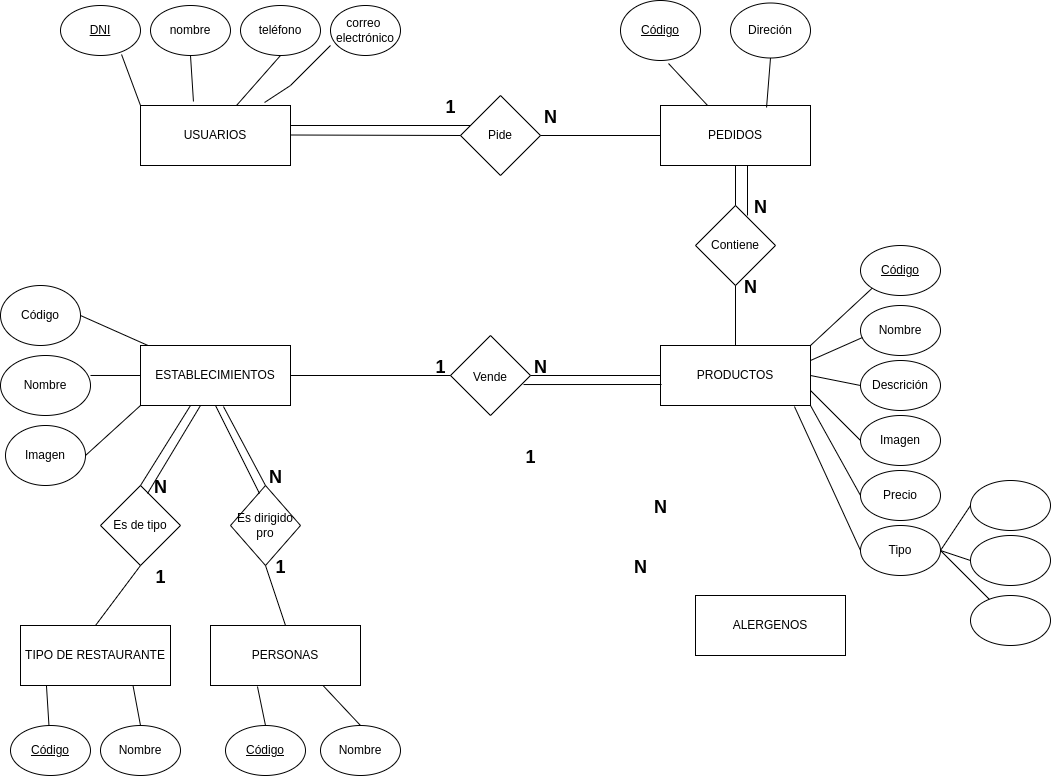
Before: h.drawio.png, a diagram exported from draw.io (Juan4532/prueba). Source tidied: cells renumbered, new cells last; positions are measured from the earlier drawing's top-left corner, leaving out a move shared by most shapes.
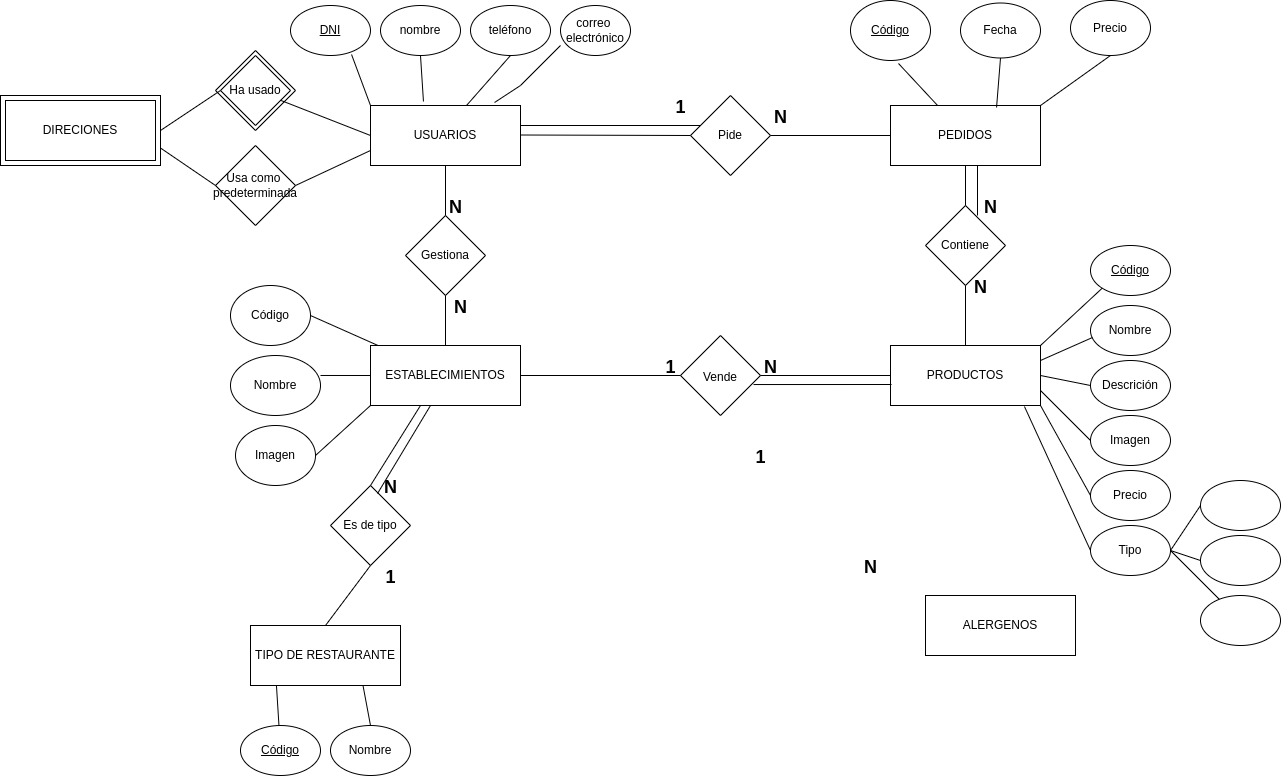
After the change.

Change to the diagram source:
```diff
@@ -53,9 +53,6 @@
     <mxCell id="15" value="TIPO DE RESTAURANTE" style="rounded=0;whiteSpace=wrap;html=1;" parent="1" vertex="1">
       <mxGeometry x="20" y="625" width="150" height="60" as="geometry" />
     </mxCell>
-    <mxCell id="16" value="PERSONAS" style="rounded=0;whiteSpace=wrap;html=1;" parent="1" vertex="1">
-      <mxGeometry x="210" y="625" width="150" height="60" as="geometry" />
-    </mxCell>
     <mxCell id="17" value="Pide" style="rhombus;whiteSpace=wrap;html=1;" parent="1" vertex="1">
       <mxGeometry x="460" y="95" width="80" height="80" as="geometry" />
     </mxCell>
@@ -84,7 +81,7 @@
     <mxCell id="22" style="endArrow=none;html=1;rounded=0;entryX=0.6;entryY=1.05;entryDx=0;entryDy=0;entryPerimeter=0;" parent="1" edge="1" source="12" target="21">
       <mxGeometry relative="1" as="geometry" />
     </mxCell>
-    <mxCell id="23" value="Direción" style="ellipse;whiteSpace=wrap;html=1;" parent="1" vertex="1">
+    <mxCell id="23" value="Fecha" style="ellipse;whiteSpace=wrap;html=1;" parent="1" vertex="1">
       <mxGeometry x="730" y="2.5" width="80" height="55" as="geometry" />
     </mxCell>
     <mxCell id="24" style="endArrow=none;html=1;rounded=0;entryX=0.5;entryY=1;entryDx=0;entryDy=0;exitX=0.707;exitY=0.033;exitDx=0;exitDy=0;exitPerimeter=0;" parent="1" edge="1" source="12" target="23">
@@ -120,17 +117,14 @@
       <mxGeometry x="590" y="545" width="100" height="40" as="geometry" />
     </mxCell>
     <mxCell id="34" value="&lt;font style=&quot;font-size: 18px&quot;&gt;N&lt;/font&gt;" style="text;strokeColor=none;fillColor=none;html=1;fontSize=24;fontStyle=1;verticalAlign=middle;align=center;" parent="1" vertex="1">
-      <mxGeometry x="225" y="455" width="100" height="40" as="geometry" />
+      <mxGeometry x="175" y="185" width="100" height="40" as="geometry" />
     </mxCell>
     <mxCell id="35" value="&lt;font style=&quot;font-size: 18px&quot;&gt;N&lt;/font&gt;" style="text;strokeColor=none;fillColor=none;html=1;fontSize=24;fontStyle=1;verticalAlign=middle;align=center;" parent="1" vertex="1">
       <mxGeometry x="110" y="465" width="100" height="40" as="geometry" />
     </mxCell>
     <mxCell id="36" value="&lt;font style=&quot;font-size: 18px&quot;&gt;N&lt;/font&gt;" style="text;strokeColor=none;fillColor=none;html=1;fontSize=24;fontStyle=1;verticalAlign=middle;align=center;" parent="1" vertex="1">
-      <mxGeometry x="610" y="485" width="100" height="40" as="geometry" />
+      <mxGeometry x="180" y="285" width="100" height="40" as="geometry" />
     </mxCell>
-    <mxCell id="37" value="&lt;span style=&quot;font-size: 18px&quot;&gt;1&lt;/span&gt;" style="text;strokeColor=none;fillColor=none;html=1;fontSize=24;fontStyle=1;verticalAlign=middle;align=center;" parent="1" vertex="1">
-      <mxGeometry x="230" y="545" width="100" height="40" as="geometry" />
-    </mxCell>
     <mxCell id="38" value="&lt;span style=&quot;font-size: 18px&quot;&gt;1&lt;/span&gt;" style="text;strokeColor=none;fillColor=none;html=1;fontSize=24;fontStyle=1;verticalAlign=middle;align=center;" parent="1" vertex="1">
       <mxGeometry x="480" y="435" width="100" height="40" as="geometry" />
     </mxCell>
@@ -201,30 +195,6 @@
     <mxCell id="59" style="endArrow=none;html=1;rounded=0;fontSize=12;exitX=0.5;exitY=0;exitDx=0;exitDy=0;entryX=0.5;entryY=1;entryDx=0;entryDy=0;" parent="1" edge="1" source="15" target="52">
       <mxGeometry relative="1" as="geometry" />
     </mxCell>
-    <mxCell id="60" value="Es dirigido pro" style="rhombus;whiteSpace=wrap;html=1;fontSize=12;" parent="1" vertex="1">
-      <mxGeometry x="230" y="485" width="70" height="80" as="geometry" />
-    </mxCell>
-    <mxCell id="61" style="endArrow=none;html=1;rounded=0;fontSize=12;entryX=0.5;entryY=1;entryDx=0;entryDy=0;exitX=0.414;exitY=0.1;exitDx=0;exitDy=0;exitPerimeter=0;" parent="1" edge="1" source="60" target="11">
-      <mxGeometry relative="1" as="geometry" />
-    </mxCell>
-    <mxCell id="62" style="endArrow=none;html=1;rounded=0;fontSize=12;entryX=0.553;entryY=1.017;entryDx=0;entryDy=0;entryPerimeter=0;exitX=0.5;exitY=0;exitDx=0;exitDy=0;" parent="1" edge="1" source="60" target="11">
-      <mxGeometry relative="1" as="geometry" />
-    </mxCell>
-    <mxCell id="63" style="endArrow=none;html=1;rounded=0;fontSize=12;entryX=0.5;entryY=1;entryDx=0;entryDy=0;exitX=0.5;exitY=0;exitDx=0;exitDy=0;" parent="1" edge="1" source="16" target="60">
-      <mxGeometry relative="1" as="geometry" />
-    </mxCell>
-    <mxCell id="64" value="&lt;u&gt;Código&lt;/u&gt;" style="ellipse;whiteSpace=wrap;html=1;fontSize=12;" parent="1" vertex="1">
-      <mxGeometry x="225" y="725" width="80" height="50" as="geometry" />
-    </mxCell>
-    <mxCell id="65" style="endArrow=none;html=1;rounded=0;fontSize=12;entryX=0.313;entryY=1.017;entryDx=0;entryDy=0;entryPerimeter=0;exitX=0.5;exitY=0;exitDx=0;exitDy=0;" parent="1" edge="1" source="64" target="16">
-      <mxGeometry relative="1" as="geometry" />
-    </mxCell>
-    <mxCell id="66" value="Nombre" style="ellipse;whiteSpace=wrap;html=1;fontSize=12;" parent="1" vertex="1">
-      <mxGeometry x="320" y="725" width="80" height="50" as="geometry" />
-    </mxCell>
-    <mxCell id="67" style="endArrow=none;html=1;rounded=0;fontSize=12;entryX=0.75;entryY=1;entryDx=0;entryDy=0;exitX=0.5;exitY=0;exitDx=0;exitDy=0;" parent="1" edge="1" source="66" target="16">
-      <mxGeometry relative="1" as="geometry" />
-    </mxCell>
     <mxCell id="68" value="Descrición" style="ellipse;whiteSpace=wrap;html=1;fontSize=12;" parent="1" vertex="1">
       <mxGeometry x="860" y="360" width="80" height="50" as="geometry" />
     </mxCell>
@@ -279,5 +249,51 @@
     <mxCell id="85" style="endArrow=none;html=1;rounded=0;fontSize=12;exitX=1;exitY=0.5;exitDx=0;exitDy=0;" parent="1" edge="1" source="70" target="72">
       <mxGeometry relative="1" as="geometry" />
     </mxCell>
+    <mxCell id="86" value="Gestiona" style="rhombus;whiteSpace=wrap;html=1;fontSize=12;" parent="1" vertex="1">
+      <mxGeometry x="175" y="215" width="80" height="80" as="geometry" />
+    </mxCell>
+    <mxCell id="87" style="endArrow=none;html=1;rounded=0;fontSize=12;exitX=0.5;exitY=0;exitDx=0;exitDy=0;entryX=0.5;entryY=1;entryDx=0;entryDy=0;" parent="1" edge="1" source="11" target="86">
+      <mxGeometry relative="1" as="geometry" />
+    </mxCell>
+    <mxCell id="88" style="endArrow=none;html=1;rounded=0;fontSize=12;entryX=0.5;entryY=0;entryDx=0;entryDy=0;" parent="1" edge="1" target="86">
+      <mxGeometry relative="1" as="geometry">
+        <mxPoint x="215" y="165" as="sourcePoint" />
+      </mxGeometry>
+    </mxCell>
+    <mxCell id="89" style="rhombus;whiteSpace=wrap;html=1;fontSize=12;" parent="1" vertex="1">
+      <mxGeometry x="-15" y="50" width="80" height="80" as="geometry" />
+    </mxCell>
+    <mxCell id="90" value="Ha usado" style="rhombus;whiteSpace=wrap;html=1;fontSize=12;" parent="1" vertex="1">
+      <mxGeometry x="-10" y="55" width="70" height="70" as="geometry" />
+    </mxCell>
+    <mxCell id="91" style="rounded=0;whiteSpace=wrap;html=1;fontSize=12;" parent="1" vertex="1">
+      <mxGeometry x="-230" y="95" width="160" height="70" as="geometry" />
+    </mxCell>
+    <mxCell id="92" value="DIRECIONES" style="rounded=0;whiteSpace=wrap;html=1;fontSize=12;" parent="1" vertex="1">
+      <mxGeometry x="-225" y="100" width="150" height="60" as="geometry" />
+    </mxCell>
+    <mxCell id="93" style="endArrow=none;html=1;rounded=0;fontSize=12;exitX=1;exitY=0.5;exitDx=0;exitDy=0;entryX=0;entryY=0.5;entryDx=0;entryDy=0;" parent="1" edge="1" source="91" target="90">
+      <mxGeometry relative="1" as="geometry" />
+    </mxCell>
+    <mxCell id="94" style="endArrow=none;html=1;rounded=0;fontSize=12;entryX=0;entryY=0.5;entryDx=0;entryDy=0;" parent="1" edge="1" source="90" target="2">
+      <mxGeometry relative="1" as="geometry" />
+    </mxCell>
+    <mxCell id="95" value="Usa como&amp;nbsp;&lt;br&gt;predeterminada" style="rhombus;whiteSpace=wrap;html=1;fontSize=12;" parent="1" vertex="1">
+      <mxGeometry x="-15" y="145" width="80" height="80" as="geometry" />
+    </mxCell>
+    <mxCell id="96" style="endArrow=none;html=1;rounded=0;fontSize=12;entryX=0;entryY=0.75;entryDx=0;entryDy=0;exitX=1;exitY=0.5;exitDx=0;exitDy=0;" parent="1" edge="1" source="95" target="2">
+      <mxGeometry relative="1" as="geometry" />
+    </mxCell>
+    <mxCell id="97" style="endArrow=none;html=1;rounded=0;fontSize=12;exitX=1;exitY=0.75;exitDx=0;exitDy=0;entryX=0;entryY=0.5;entryDx=0;entryDy=0;" parent="1" edge="1" source="91" target="95">
+      <mxGeometry relative="1" as="geometry" />
+    </mxCell>
+    <mxCell id="98" value="Precio" style="ellipse;whiteSpace=wrap;html=1;" parent="1" vertex="1">
+      <mxGeometry x="840" width="80" height="55" as="geometry" />
+    </mxCell>
+    <mxCell id="99" style="endArrow=none;html=1;rounded=0;fontSize=12;entryX=0.5;entryY=1;entryDx=0;entryDy=0;" parent="1" edge="1" target="98">
+      <mxGeometry relative="1" as="geometry">
+        <mxPoint x="810" y="105" as="sourcePoint" />
+      </mxGeometry>
+    </mxCell>
   </root>
 </mxGraphModel>
```
